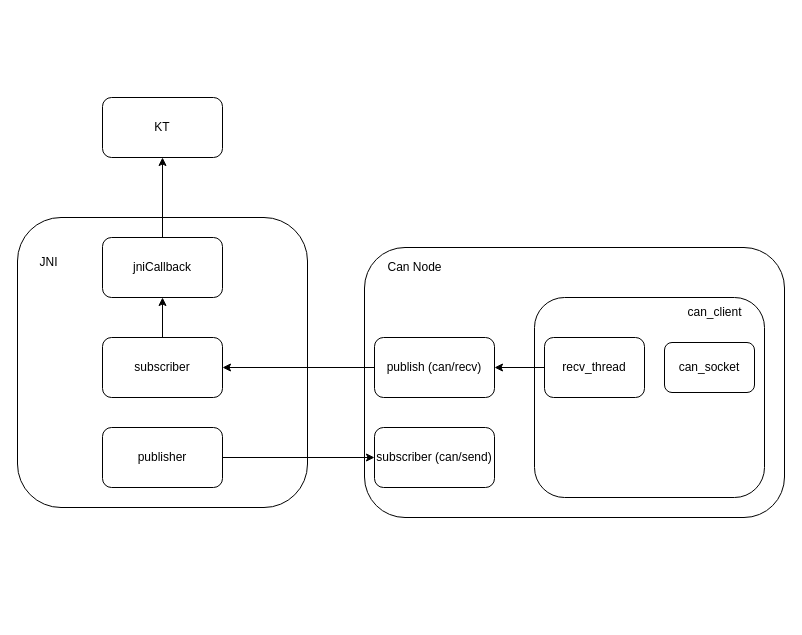
This is page "CAN在jni和nvq之间的通信关系" (10 of 11) of nvq hardware学习.drawio from Jev0987/drawioFile, a draw.io file, before an edit. Source tidied: cells renumbered, new cells numbered last; positions are measured from the earlier drawing's top-left corner, leaving out a move shared by most shapes. Both pictures are drawn from the tidied source at 100%, with x=0, y=0 at pixel (17, 97).
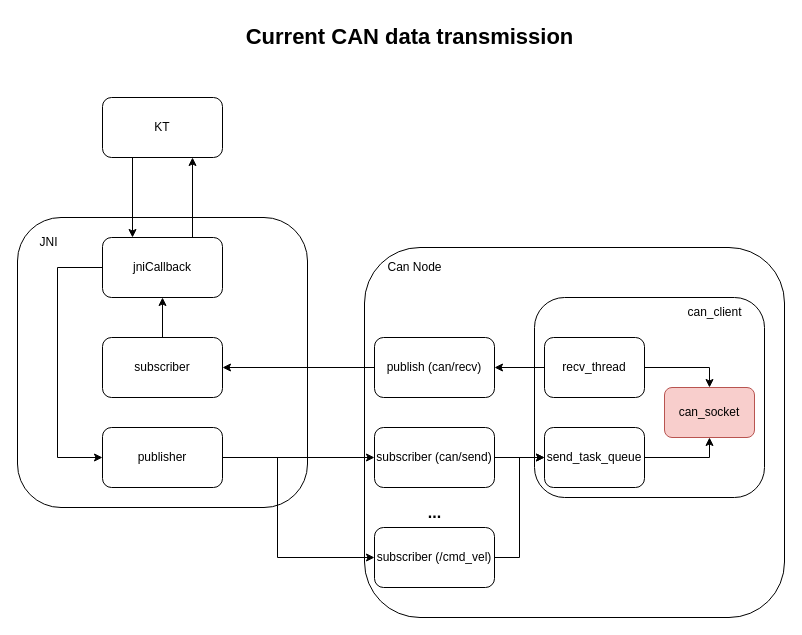
Above is the later version.

The change refers to these unchanged cells:
```xml
<mxCell id="8" value="publisher" style="rounded=1;whiteSpace=wrap;html=1;" parent="1" vertex="1">
  <mxGeometry x="85" y="330" width="120" height="60" as="geometry" />
</mxCell>
<mxCell id="10" value="jniCallback" style="rounded=1;whiteSpace=wrap;html=1;" parent="1" vertex="1">
  <mxGeometry x="85" y="140" width="120" height="60" as="geometry" />
</mxCell>
<mxCell id="11" value="KT" style="rounded=1;whiteSpace=wrap;html=1;" parent="1" vertex="1">
  <mxGeometry x="85" width="120" height="60" as="geometry" />
</mxCell>
<mxCell id="16" value="recv_thread" style="rounded=1;whiteSpace=wrap;html=1;" parent="1" vertex="1">
  <mxGeometry x="527" y="240" width="100" height="60" as="geometry" />
</mxCell>
<mxCell id="20" value="subscriber (can/send)" style="rounded=1;whiteSpace=wrap;html=1;" parent="1" vertex="1">
  <mxGeometry x="357" y="330" width="120" height="60" as="geometry" />
</mxCell>
```

Change to the diagram source:
```diff
@@
     <mxCell id="2" style="rounded=1;whiteSpace=wrap;html=1;" parent="1" vertex="1">
-      <mxGeometry x="347" y="150" width="420" height="270" as="geometry" />
+      <mxGeometry x="347" y="150" width="420" height="370" as="geometry" />
     </mxCell>
@@
+    <mxCell id="21" style="edgeStyle=orthogonalEdgeStyle;rounded=0;jettySize=auto;html=1;exitX=1;exitY=0.5;exitDx=0;exitDy=0;entryX=0;entryY=0.5;entryDx=0;entryDy=0;" parent="1" edge="1" source="8" target="27">
+      <mxGeometry relative="1" as="geometry">
+        <Array as="points">
+          <mxPoint x="260" y="360" />
+          <mxPoint x="260" y="460" />
+        </Array>
+      </mxGeometry>
+    </mxCell>
@@
+    <mxCell id="22" style="edgeStyle=orthogonalEdgeStyle;rounded=0;jettySize=auto;html=1;exitX=0;exitY=0.5;exitDx=0;exitDy=0;entryX=0;entryY=0.5;entryDx=0;entryDy=0;" parent="1" edge="1" source="10" target="8">
+      <mxGeometry relative="1" as="geometry">
+        <Array as="points">
+          <mxPoint x="40" y="170" />
+          <mxPoint x="40" y="360" />
+        </Array>
+      </mxGeometry>
+    </mxCell>
-    <mxCell id="9" style="edgeStyle=orthogonalEdgeStyle;rounded=0;jettySize=auto;html=1;exitX=0.5;exitY=0;exitDx=0;exitDy=0;" parent="1" edge="1" source="10" target="11">
+    <mxCell id="9" style="edgeStyle=orthogonalEdgeStyle;rounded=0;jettySize=auto;html=1;exitX=0.75;exitY=0;exitDx=0;exitDy=0;entryX=0.75;entryY=1;entryDx=0;entryDy=0;" parent="1" edge="1" source="10" target="11">
       <mxGeometry relative="1" as="geometry" />
     </mxCell>
@@
+    <mxCell id="23" style="edgeStyle=orthogonalEdgeStyle;rounded=0;jettySize=auto;html=1;exitX=0.25;exitY=1;exitDx=0;exitDy=0;entryX=0.25;entryY=0;entryDx=0;entryDy=0;" parent="1" edge="1" source="11" target="10">
+      <mxGeometry relative="1" as="geometry" />
+    </mxCell>
@@
     <mxCell id="12" value="JNI" style="text;html=1;align=center;verticalAlign=middle;strokeColor=none;fillColor=none;" parent="1" vertex="1">
-      <mxGeometry x="11" y="150" width="40" height="30" as="geometry" />
+      <mxGeometry x="11" y="130" width="40" height="30" as="geometry" />
     </mxCell>
@@
+    <mxCell id="24" style="edgeStyle=orthogonalEdgeStyle;rounded=0;jettySize=auto;html=1;exitX=1;exitY=0.5;exitDx=0;exitDy=0;entryX=0.5;entryY=0;entryDx=0;entryDy=0;" parent="1" edge="1" source="16" target="19">
+      <mxGeometry relative="1" as="geometry" />
+    </mxCell>
@@
-    <mxCell id="19" value="can_socket" style="rounded=1;whiteSpace=wrap;html=1;" parent="1" vertex="1">
-      <mxGeometry x="647" y="245" width="90" height="50" as="geometry" />
+    <mxCell id="19" value="can_socket" style="rounded=1;whiteSpace=wrap;html=1;fillColor=#f8cecc;strokeColor=#b85450;" parent="1" vertex="1">
+      <mxGeometry x="647" y="290" width="90" height="50" as="geometry" />
     </mxCell>
+    <mxCell id="25" style="edgeStyle=orthogonalEdgeStyle;rounded=0;jettySize=auto;html=1;exitX=1;exitY=0.5;exitDx=0;exitDy=0;entryX=0;entryY=0.5;entryDx=0;entryDy=0;" parent="1" edge="1" source="20" target="30">
+      <mxGeometry relative="1" as="geometry" />
+    </mxCell>
@@
+    <mxCell id="26" style="edgeStyle=orthogonalEdgeStyle;rounded=0;jettySize=auto;html=1;exitX=1;exitY=0.5;exitDx=0;exitDy=0;entryX=0;entryY=0.5;entryDx=0;entryDy=0;" parent="1" edge="1" source="27" target="30">
+      <mxGeometry relative="1" as="geometry" />
+    </mxCell>
+    <mxCell id="27" value="subscriber (/cmd_vel)" style="rounded=1;whiteSpace=wrap;html=1;" parent="1" vertex="1">
+      <mxGeometry x="357" y="430" width="120" height="60" as="geometry" />
+    </mxCell>
+    <mxCell id="28" value="&lt;b&gt;&lt;font style=&quot;font-size: 16px;&quot;&gt;...&lt;/font&gt;&lt;/b&gt;" style="text;html=1;align=center;verticalAlign=middle;strokeColor=none;fillColor=none;" parent="1" vertex="1">
+      <mxGeometry x="397" y="400" width="40" height="30" as="geometry" />
+    </mxCell>
+    <mxCell id="29" style="edgeStyle=orthogonalEdgeStyle;rounded=0;jettySize=auto;html=1;exitX=1;exitY=0.5;exitDx=0;exitDy=0;entryX=0.5;entryY=1;entryDx=0;entryDy=0;" parent="1" edge="1" source="30" target="19">
+      <mxGeometry relative="1" as="geometry" />
+    </mxCell>
+    <mxCell id="30" value="send_task_queue" style="rounded=1;whiteSpace=wrap;html=1;" parent="1" vertex="1">
+      <mxGeometry x="527" y="330" width="100" height="60" as="geometry" />
+    </mxCell>
+    <mxCell id="31" value="&lt;b&gt;Current CAN data transmission&lt;/b&gt;" style="text;html=1;align=center;verticalAlign=middle;strokeColor=none;fillColor=none;fontSize=22;" parent="1" vertex="1">
+      <mxGeometry x="217" y="-80" width="350" height="40" as="geometry" />
+    </mxCell>
```
